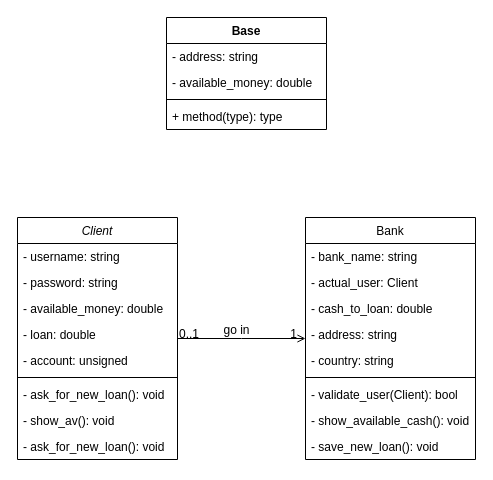
Earlier version of the draw.io diagram init-design.drawio (djose1164/bank-management-system). Source tidied: cells renumbered, new cells numbered last; positions are measured from the earlier drawing's top-left corner, leaving out a move shared by most shapes. Both pictures are drawn from the tidied source at 100%, with x=0, y=0 at pixel (17, 17).
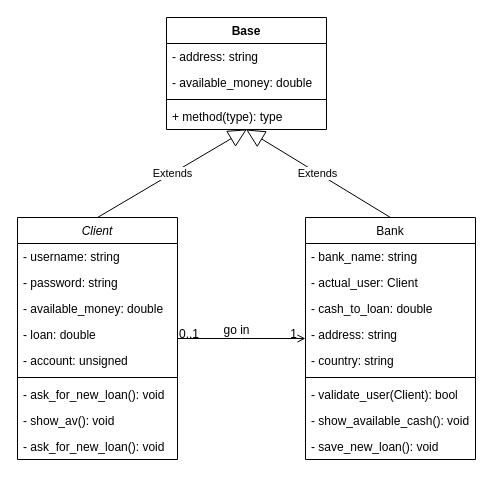
The same diagram, later.

The change refers to these unchanged cells:
```xml
<mxCell id="2" value="Client" style="swimlane;fontStyle=2;align=center;verticalAlign=top;horizontal=1;startSize=26;rounded=0;shadow=0;strokeWidth=1;" parent="1" vertex="1">
  <mxGeometry y="200" width="160" height="242" as="geometry" />
</mxCell>
<mxCell id="12" value="Bank" style="swimlane;fontStyle=0;align=center;verticalAlign=top;horizontal=1;startSize=26;rounded=0;shadow=0;strokeWidth=1;" parent="1" vertex="1">
  <mxGeometry x="288" y="200" width="170" height="242" as="geometry" />
</mxCell>
<mxCell id="30" value="+ method(type): type" style="text;strokeColor=none;fillColor=none;align=left;verticalAlign=top;spacingLeft=4;spacingRight=4;overflow=hidden;points=[[0,0.5],[1,0.5]];portConstraint=eastwest;" parent="26" vertex="1">
  <mxGeometry y="86" width="160" height="26" as="geometry" />
</mxCell>
```

Diff of the diagram source:
```diff
@@
+    <mxCell id="31" value="Extends" style="endArrow=block;endSize=16;endFill=0;html=1;entryX=0.502;entryY=0.996;entryDx=0;entryDy=0;entryPerimeter=0;exitX=0.5;exitY=0;exitDx=0;exitDy=0;" parent="1" edge="1" source="2" target="30">
+      <mxGeometry relative="1" as="geometry" />
+    </mxCell>
+    <mxCell id="32" value="Extends" style="endArrow=block;endSize=16;endFill=0;html=1;entryX=0.498;entryY=1.002;entryDx=0;entryDy=0;entryPerimeter=0;exitX=0.5;exitY=0;exitDx=0;exitDy=0;" parent="1" edge="1" source="12" target="30">
+      <mxGeometry relative="1" as="geometry" />
+    </mxCell>
```
